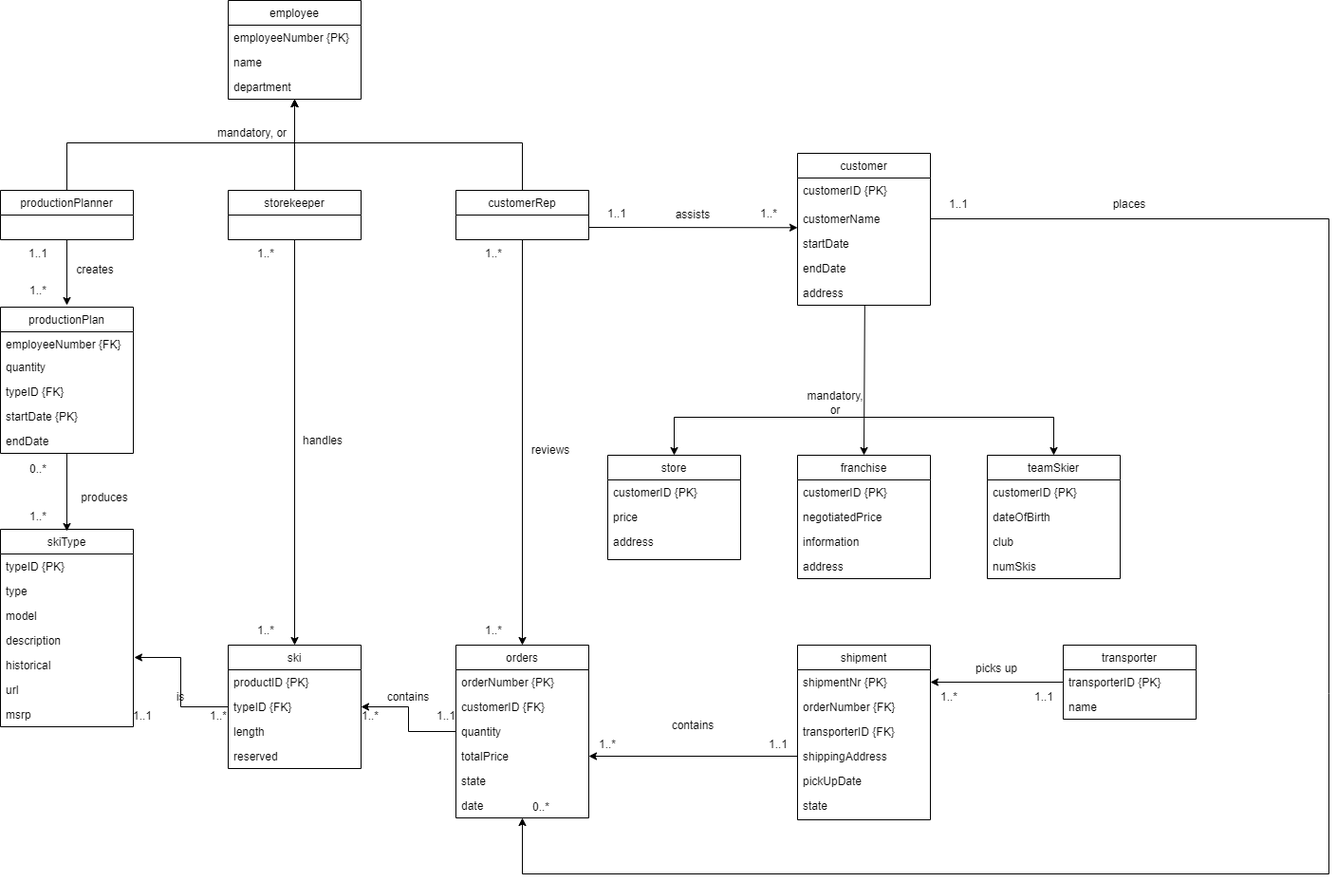
Before: documentation/conceptual_model.png, a diagram exported from draw.io (Mystodan/database_prosjekt_33). Source tidied: cells renumbered, new cells last; positions are measured from the earlier drawing's top-left corner, leaving out a move shared by most shapes.
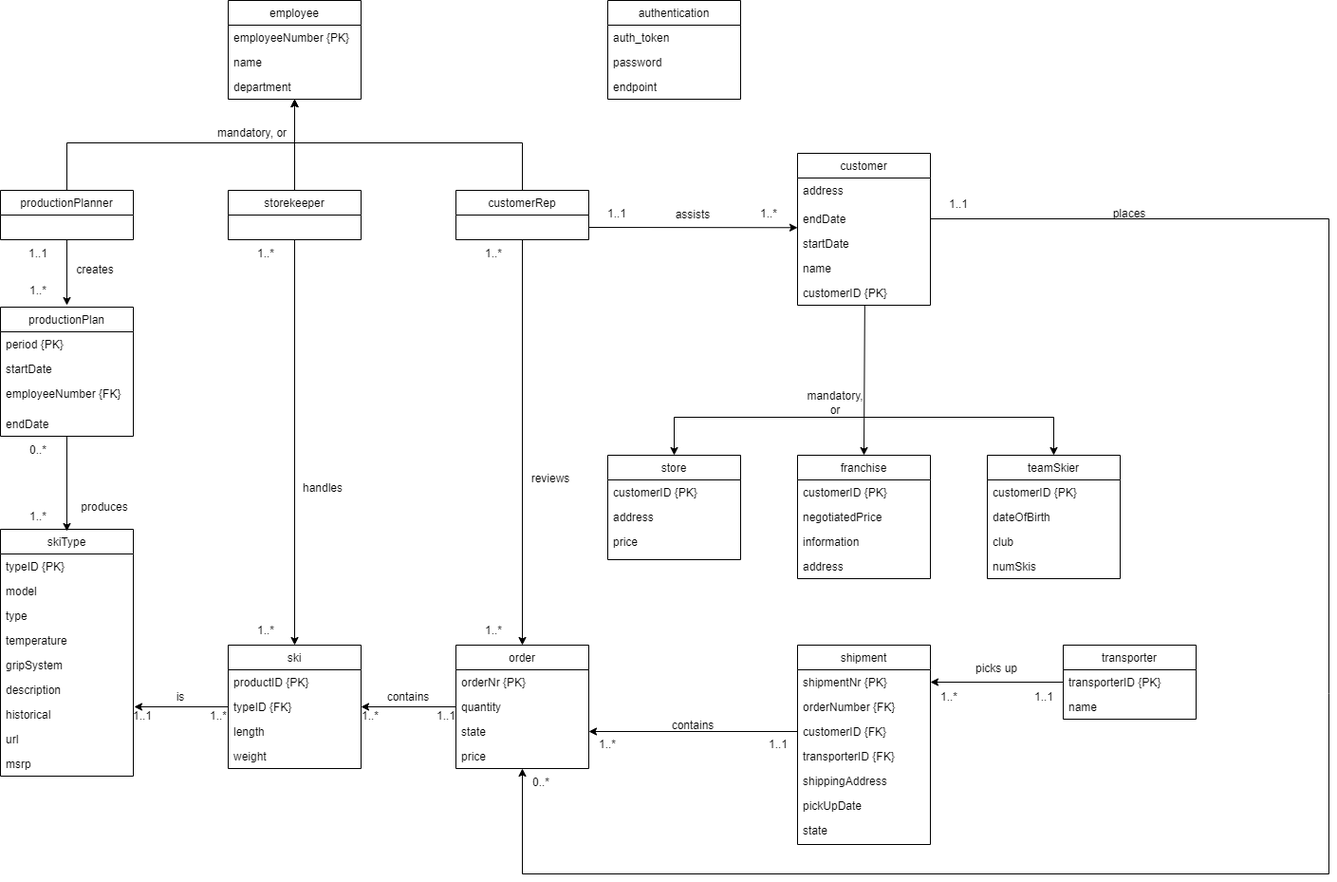
After the commit.

Commit message:
added authentication to conceptual model

Change to the diagram source:
```diff
@@ -42,3 +42,3 @@
     <mxCell id="11" value="skiType" style="swimlane;fontStyle=0;horizontal=1;startSize=26;fillColor=none;" parent="1" vertex="1">
-      <mxGeometry y="557" width="140" height="208" as="geometry" />
+      <mxGeometry y="557" width="140" height="260" as="geometry" />
     </mxCell>
@@ -47,19 +47,25 @@
     </mxCell>
+    <mxCell id="14" value="model" style="text;strokeColor=none;fillColor=none;align=left;verticalAlign=top;spacingLeft=4;spacingRight=4;overflow=hidden;" parent="11" vertex="1">
+      <mxGeometry y="52" width="140" height="26" as="geometry" />
+    </mxCell>
     <mxCell id="13" value="type" style="text;strokeColor=none;fillColor=none;align=left;verticalAlign=top;spacingLeft=4;spacingRight=4;overflow=hidden;" parent="11" vertex="1">
-      <mxGeometry y="52" width="140" height="26" as="geometry" />
+      <mxGeometry y="78" width="140" height="26" as="geometry" />
     </mxCell>
-    <mxCell id="14" value="model" style="text;strokeColor=none;fillColor=none;align=left;verticalAlign=top;spacingLeft=4;spacingRight=4;overflow=hidden;" parent="11" vertex="1">
-      <mxGeometry y="78" width="140" height="26" as="geometry" />
-    </mxCell>
+    <mxCell id="113" value="temperature" style="text;strokeColor=none;fillColor=none;align=left;verticalAlign=top;spacingLeft=4;spacingRight=4;overflow=hidden;" parent="11" vertex="1">
+      <mxGeometry y="104" width="140" height="26" as="geometry" />
+    </mxCell>
+    <mxCell id="114" value="gripSystem" style="text;strokeColor=none;fillColor=none;align=left;verticalAlign=top;spacingLeft=4;spacingRight=4;overflow=hidden;" parent="11" vertex="1">
+      <mxGeometry y="130" width="140" height="26" as="geometry" />
+    </mxCell>
     <mxCell id="15" value="description" style="text;strokeColor=none;fillColor=none;align=left;verticalAlign=top;spacingLeft=4;spacingRight=4;overflow=hidden;" parent="11" vertex="1">
-      <mxGeometry y="104" width="140" height="26" as="geometry" />
+      <mxGeometry y="156" width="140" height="26" as="geometry" />
     </mxCell>
     <mxCell id="16" value="historical" style="text;strokeColor=none;fillColor=none;align=left;verticalAlign=top;spacingLeft=4;spacingRight=4;overflow=hidden;points=[[0,0.5],[1,0.5]];portConstraint=eastwest;" parent="11" vertex="1">
-      <mxGeometry y="130" width="140" height="26" as="geometry" />
+      <mxGeometry y="182" width="140" height="26" as="geometry" />
     </mxCell>
     <mxCell id="17" value="url" style="text;strokeColor=none;fillColor=none;align=left;verticalAlign=top;spacingLeft=4;spacingRight=4;overflow=hidden;" parent="11" vertex="1">
-      <mxGeometry y="156" width="140" height="26" as="geometry" />
+      <mxGeometry y="208" width="140" height="26" as="geometry" />
     </mxCell>
     <mxCell id="18" value="msrp" style="text;strokeColor=none;fillColor=none;align=left;verticalAlign=top;spacingLeft=4;spacingRight=4;overflow=hidden;" parent="11" vertex="1">
-      <mxGeometry y="182" width="140" height="26" as="geometry" />
+      <mxGeometry y="234" width="140" height="26" as="geometry" />
     </mxCell>
@@ -74,8 +80,8 @@
     </mxCell>
-    <mxCell id="22" value="length" style="text;strokeColor=none;fillColor=none;align=left;verticalAlign=top;spacingLeft=4;spacingRight=4;overflow=hidden;" parent="19" vertex="1">
-      <mxGeometry y="78" width="140" height="26" as="geometry" />
-    </mxCell>
-    <mxCell id="23" value="reserved" style="text;strokeColor=none;fillColor=none;align=left;verticalAlign=top;spacingLeft=4;spacingRight=4;overflow=hidden;" parent="19" vertex="1">
-      <mxGeometry y="104" width="140" height="26" as="geometry" />
+    <mxCell id="23" value="length" style="text;strokeColor=none;fillColor=none;align=left;verticalAlign=top;spacingLeft=4;spacingRight=4;overflow=hidden;" parent="19" vertex="1">
+      <mxGeometry y="78" width="140" height="26" as="geometry" />
     </mxCell>
+    <mxCell id="115" value="weight" style="text;strokeColor=none;fillColor=none;align=left;verticalAlign=top;spacingLeft=4;spacingRight=4;overflow=hidden;" parent="19" vertex="1">
+      <mxGeometry y="104" width="140" height="26" as="geometry" />
+    </mxCell>
     <mxCell id="24" value="employee" style="swimlane;fontStyle=0;horizontal=1;startSize=26;fillColor=none;" parent="1" vertex="1">
@@ -92,22 +98,16 @@
     </mxCell>
-    <mxCell id="28" value="orders" style="swimlane;fontStyle=0;horizontal=1;startSize=26;fillColor=none;" parent="1" vertex="1">
-      <mxGeometry x="480" y="679" width="140" height="182" as="geometry" />
+    <mxCell id="28" value="order" style="swimlane;fontStyle=0;horizontal=1;startSize=26;fillColor=none;" parent="1" vertex="1">
+      <mxGeometry x="480" y="679" width="140" height="130" as="geometry" />
     </mxCell>
-    <mxCell id="29" value="orderNumber {PK}" style="text;strokeColor=none;fillColor=none;align=left;verticalAlign=top;spacingLeft=4;spacingRight=4;overflow=hidden;" parent="28" vertex="1">
+    <mxCell id="29" value="orderNr {PK}" style="text;strokeColor=none;fillColor=none;align=left;verticalAlign=top;spacingLeft=4;spacingRight=4;overflow=hidden;" parent="28" vertex="1">
       <mxGeometry y="26" width="140" height="26" as="geometry" />
     </mxCell>
-    <mxCell id="30" value="customerID {FK}" style="text;strokeColor=none;fillColor=none;align=left;verticalAlign=top;spacingLeft=4;spacingRight=4;overflow=hidden;points=[[0,0.5],[1,0.5]];portConstraint=eastwest;" parent="28" vertex="1">
-      <mxGeometry y="52" width="140" height="26" as="geometry" />
-    </mxCell>
     <mxCell id="31" value="quantity" style="text;strokeColor=none;fillColor=none;align=left;verticalAlign=top;spacingLeft=4;spacingRight=4;overflow=hidden;points=[[0,0.5],[1,0.5]];portConstraint=eastwest;" parent="28" vertex="1">
-      <mxGeometry y="78" width="140" height="26" as="geometry" />
+      <mxGeometry y="52" width="140" height="26" as="geometry" />
     </mxCell>
-    <mxCell id="32" value="totalPrice" style="text;strokeColor=none;fillColor=none;align=left;verticalAlign=top;spacingLeft=4;spacingRight=4;overflow=hidden;points=[[0,0.5],[1,0.5]];portConstraint=eastwest;" parent="28" vertex="1">
-      <mxGeometry y="104" width="140" height="26" as="geometry" />
+    <mxCell id="32" value="state" style="text;strokeColor=none;fillColor=none;align=left;verticalAlign=top;spacingLeft=4;spacingRight=4;overflow=hidden;points=[[0,0.5],[1,0.5]];portConstraint=eastwest;" parent="28" vertex="1">
+      <mxGeometry y="78" width="140" height="26" as="geometry" />
     </mxCell>
-    <mxCell id="33" value="state" style="text;strokeColor=none;fillColor=none;align=left;verticalAlign=top;spacingLeft=4;spacingRight=4;overflow=hidden;" parent="28" vertex="1">
-      <mxGeometry y="130" width="140" height="26" as="geometry" />
-    </mxCell>
-    <mxCell id="34" value="date" style="text;strokeColor=none;fillColor=none;align=left;verticalAlign=top;spacingLeft=4;spacingRight=4;overflow=hidden;points=[[0,0.5],[1,0.5]];portConstraint=eastwest;" parent="28" vertex="1">
-      <mxGeometry y="156" width="140" height="26" as="geometry" />
+    <mxCell id="34" value="price" style="text;strokeColor=none;fillColor=none;align=left;verticalAlign=top;spacingLeft=4;spacingRight=4;overflow=hidden;points=[[0,0.5],[1,0.5]];portConstraint=eastwest;" parent="28" vertex="1">
+      <mxGeometry y="104" width="140" height="26" as="geometry" />
     </mxCell>
@@ -117,21 +117,18 @@
     <mxCell id="36" value="productionPlan" style="swimlane;fontStyle=0;horizontal=1;startSize=26;fillColor=none;" parent="1" vertex="1">
-      <mxGeometry y="323" width="140" height="154" as="geometry" />
+      <mxGeometry y="323" width="140" height="136" as="geometry" />
     </mxCell>
+    <mxCell id="116" value="period {PK}" style="text;strokeColor=none;fillColor=none;align=left;verticalAlign=top;spacingLeft=4;spacingRight=4;overflow=hidden;" parent="36" vertex="1">
+      <mxGeometry y="26" width="140" height="26" as="geometry" />
+    </mxCell>
+    <mxCell id="117" value="startDate" style="text;strokeColor=none;fillColor=none;align=left;verticalAlign=top;spacingLeft=4;spacingRight=4;overflow=hidden;" parent="36" vertex="1">
+      <mxGeometry y="52" width="140" height="26" as="geometry" />
+    </mxCell>
     <mxCell id="37" value="employeeNumber {FK}" style="text;strokeColor=none;fillColor=none;align=left;verticalAlign=top;spacingLeft=4;spacingRight=4;overflow=hidden;" parent="36" vertex="1">
-      <mxGeometry y="26" width="140" height="24" as="geometry" />
+      <mxGeometry y="78" width="140" height="32" as="geometry" />
     </mxCell>
-    <mxCell id="38" value="quantity" style="text;strokeColor=none;fillColor=none;align=left;verticalAlign=top;spacingLeft=4;spacingRight=4;overflow=hidden;" parent="36" vertex="1">
-      <mxGeometry y="50" width="140" height="26" as="geometry" />
-    </mxCell>
-    <mxCell id="39" value="typeID {FK}" style="text;strokeColor=none;fillColor=none;align=left;verticalAlign=top;spacingLeft=4;spacingRight=4;overflow=hidden;" parent="36" vertex="1">
-      <mxGeometry y="76" width="140" height="26" as="geometry" />
-    </mxCell>
-    <mxCell id="40" value="startDate {PK}" style="text;strokeColor=none;fillColor=none;align=left;verticalAlign=top;spacingLeft=4;spacingRight=4;overflow=hidden;" parent="36" vertex="1">
-      <mxGeometry y="102" width="140" height="26" as="geometry" />
-    </mxCell>
     <mxCell id="41" value="endDate" style="text;strokeColor=none;fillColor=none;align=left;verticalAlign=top;spacingLeft=4;spacingRight=4;overflow=hidden;" parent="36" vertex="1">
-      <mxGeometry y="128" width="140" height="26" as="geometry" />
+      <mxGeometry y="110" width="140" height="26" as="geometry" />
     </mxCell>
     <mxCell id="42" value="shipment" style="swimlane;fontStyle=0;horizontal=1;startSize=26;fillColor=none;" parent="1" vertex="1">
-      <mxGeometry x="840" y="679" width="140" height="184" as="geometry" />
+      <mxGeometry x="840" y="679" width="140" height="210" as="geometry" />
     </mxCell>
@@ -143,13 +140,16 @@
     </mxCell>
+    <mxCell id="30" value="customerID {FK}" style="text;strokeColor=none;fillColor=none;align=left;verticalAlign=top;spacingLeft=4;spacingRight=4;overflow=hidden;points=[[0,0.5],[1,0.5]];portConstraint=eastwest;" parent="42" vertex="1">
+      <mxGeometry y="78" width="140" height="26" as="geometry" />
+    </mxCell>
     <mxCell id="45" value="transporterID {FK}" style="text;strokeColor=none;fillColor=none;align=left;verticalAlign=top;spacingLeft=4;spacingRight=4;overflow=hidden;" parent="42" vertex="1">
-      <mxGeometry y="78" width="140" height="26" as="geometry" />
+      <mxGeometry y="104" width="140" height="26" as="geometry" />
     </mxCell>
     <mxCell id="46" value="shippingAddress" style="text;strokeColor=none;fillColor=none;align=left;verticalAlign=top;spacingLeft=4;spacingRight=4;overflow=hidden;" parent="42" vertex="1">
-      <mxGeometry y="104" width="140" height="26" as="geometry" />
+      <mxGeometry y="130" width="140" height="26" as="geometry" />
     </mxCell>
     <mxCell id="47" value="pickUpDate" style="text;strokeColor=none;fillColor=none;align=left;verticalAlign=top;spacingLeft=4;spacingRight=4;overflow=hidden;" parent="42" vertex="1">
-      <mxGeometry y="130" width="140" height="26" as="geometry" />
+      <mxGeometry y="156" width="140" height="26" as="geometry" />
     </mxCell>
     <mxCell id="48" value="state" style="text;strokeColor=none;fillColor=none;align=left;verticalAlign=top;spacingLeft=4;spacingRight=4;overflow=hidden;" parent="42" vertex="1">
-      <mxGeometry y="156" width="140" height="28" as="geometry" />
+      <mxGeometry y="182" width="140" height="28" as="geometry" />
     </mxCell>
@@ -186,6 +186,6 @@
     </mxCell>
-    <mxCell id="56" value="customerID {PK}" style="text;strokeColor=none;fillColor=none;align=left;verticalAlign=top;spacingLeft=4;spacingRight=4;overflow=hidden;" parent="55" vertex="1">
+    <mxCell id="56" value="address" style="text;strokeColor=none;fillColor=none;align=left;verticalAlign=top;spacingLeft=4;spacingRight=4;overflow=hidden;" parent="55" vertex="1">
       <mxGeometry y="26" width="140" height="30" as="geometry" />
     </mxCell>
-    <mxCell id="57" value="customerName" style="text;strokeColor=none;fillColor=none;align=left;verticalAlign=top;spacingLeft=4;spacingRight=4;overflow=hidden;points=[[0,0.5],[1,0.5]];portConstraint=eastwest;" parent="55" vertex="1">
+    <mxCell id="57" value="endDate" style="text;strokeColor=none;fillColor=none;align=left;verticalAlign=top;spacingLeft=4;spacingRight=4;overflow=hidden;points=[[0,0.5],[1,0.5]];portConstraint=eastwest;" parent="55" vertex="1">
       <mxGeometry y="56" width="140" height="26" as="geometry" />
@@ -195,6 +195,6 @@
     </mxCell>
-    <mxCell id="59" value="endDate" style="text;strokeColor=none;fillColor=none;align=left;verticalAlign=top;spacingLeft=4;spacingRight=4;overflow=hidden;" parent="55" vertex="1">
+    <mxCell id="59" value="name" style="text;strokeColor=none;fillColor=none;align=left;verticalAlign=top;spacingLeft=4;spacingRight=4;overflow=hidden;" parent="55" vertex="1">
       <mxGeometry y="108" width="140" height="26" as="geometry" />
     </mxCell>
-    <mxCell id="60" value="address" style="text;strokeColor=none;fillColor=none;align=left;verticalAlign=top;spacingLeft=4;spacingRight=4;overflow=hidden;points=[[0,0.5],[1,0.5]];portConstraint=eastwest;" parent="55" vertex="1">
+    <mxCell id="60" value="customerID {PK}" style="text;strokeColor=none;fillColor=none;align=left;verticalAlign=top;spacingLeft=4;spacingRight=4;overflow=hidden;points=[[0,0.5],[1,0.5]];portConstraint=eastwest;" parent="55" vertex="1">
       <mxGeometry y="134" width="140" height="26" as="geometry" />
@@ -222,6 +222,6 @@
     </mxCell>
-    <mxCell id="68" value="price" style="text;strokeColor=none;fillColor=none;align=left;verticalAlign=top;spacingLeft=4;spacingRight=4;overflow=hidden;" parent="66" vertex="1">
+    <mxCell id="68" value="address" style="text;strokeColor=none;fillColor=none;align=left;verticalAlign=top;spacingLeft=4;spacingRight=4;overflow=hidden;" parent="66" vertex="1">
       <mxGeometry y="52" width="140" height="26" as="geometry" />
     </mxCell>
-    <mxCell id="69" value="address" style="text;strokeColor=none;fillColor=none;align=left;verticalAlign=top;spacingLeft=4;spacingRight=4;overflow=hidden;" parent="66" vertex="1">
+    <mxCell id="69" value="price" style="text;strokeColor=none;fillColor=none;align=left;verticalAlign=top;spacingLeft=4;spacingRight=4;overflow=hidden;" parent="66" vertex="1">
       <mxGeometry y="78" width="140" height="32" as="geometry" />
@@ -249,6 +249,4 @@
     </mxCell>
-    <mxCell id="77" style="edgeStyle=orthogonalEdgeStyle;rounded=0;jettySize=auto;html=1;entryX=1;entryY=0.5;entryDx=0;entryDy=0;" parent="1" edge="1" target="32">
-      <mxGeometry relative="1" as="geometry">
-        <mxPoint x="840" y="796" as="sourcePoint" />
-      </mxGeometry>
+    <mxCell id="77" style="edgeStyle=orthogonalEdgeStyle;rounded=0;jettySize=auto;html=1;entryX=1;entryY=0.5;entryDx=0;entryDy=0;" parent="1" edge="1" source="30" target="32">
+      <mxGeometry relative="1" as="geometry" />
     </mxCell>
@@ -286,3 +284,3 @@
     <mxCell id="85" value="0..*" style="text;html=1;strokeColor=none;fillColor=none;align=center;verticalAlign=middle;whiteSpace=wrap;rounded=0;" parent="1" vertex="1">
-      <mxGeometry x="10" y="479" width="60" height="30" as="geometry" />
+      <mxGeometry x="10" y="459" width="60" height="30" as="geometry" />
     </mxCell>
@@ -337,3 +335,3 @@
     <mxCell id="102" value="0..*" style="text;html=1;strokeColor=none;fillColor=none;align=center;verticalAlign=middle;whiteSpace=wrap;rounded=0;" parent="1" vertex="1">
-      <mxGeometry x="540" y="835" width="60" height="30" as="geometry" />
+      <mxGeometry x="540" y="809" width="60" height="30" as="geometry" />
     </mxCell>
@@ -349,3 +347,3 @@
     <mxCell id="106" value="places" style="text;html=1;strokeColor=none;fillColor=none;align=center;verticalAlign=middle;whiteSpace=wrap;rounded=0;" parent="1" vertex="1">
-      <mxGeometry x="1160" y="200" width="60" height="30" as="geometry" />
+      <mxGeometry x="1160" y="210" width="60" height="30" as="geometry" />
     </mxCell>
@@ -358,9 +356,9 @@
     <mxCell id="109" value="handles" style="text;html=1;strokeColor=none;fillColor=none;align=center;verticalAlign=middle;whiteSpace=wrap;rounded=0;" parent="1" vertex="1">
-      <mxGeometry x="310" y="449" width="60" height="30" as="geometry" />
+      <mxGeometry x="310" y="499" width="60" height="30" as="geometry" />
     </mxCell>
     <mxCell id="110" value="produces" style="text;html=1;strokeColor=none;fillColor=none;align=center;verticalAlign=middle;whiteSpace=wrap;rounded=0;" parent="1" vertex="1">
-      <mxGeometry x="80" y="509" width="60" height="30" as="geometry" />
+      <mxGeometry x="80" y="519" width="60" height="30" as="geometry" />
     </mxCell>
     <mxCell id="111" value="reviews" style="text;html=1;strokeColor=none;fillColor=none;align=center;verticalAlign=middle;whiteSpace=wrap;rounded=0;" parent="1" vertex="1">
-      <mxGeometry x="550" y="459" width="60" height="30" as="geometry" />
+      <mxGeometry x="550" y="489" width="60" height="30" as="geometry" />
     </mxCell>
@@ -369,2 +367,14 @@
     </mxCell>
+    <mxCell id="118" value="authentication" style="swimlane;fontStyle=0;horizontal=1;startSize=26;fillColor=none;" parent="1" vertex="1">
+      <mxGeometry x="640" width="140" height="104" as="geometry" />
+    </mxCell>
+    <mxCell id="119" value="auth_token" style="text;strokeColor=none;fillColor=none;align=left;verticalAlign=top;spacingLeft=4;spacingRight=4;overflow=hidden;" parent="118" vertex="1">
+      <mxGeometry y="26" width="140" height="26" as="geometry" />
+    </mxCell>
+    <mxCell id="120" value="password" style="text;strokeColor=none;fillColor=none;align=left;verticalAlign=top;spacingLeft=4;spacingRight=4;overflow=hidden;" parent="118" vertex="1">
+      <mxGeometry y="52" width="140" height="26" as="geometry" />
+    </mxCell>
+    <mxCell id="121" value="endpoint" style="text;strokeColor=none;fillColor=none;align=left;verticalAlign=top;spacingLeft=4;spacingRight=4;overflow=hidden;" parent="118" vertex="1">
+      <mxGeometry y="78" width="140" height="26" as="geometry" />
+    </mxCell>
   </root>
```
